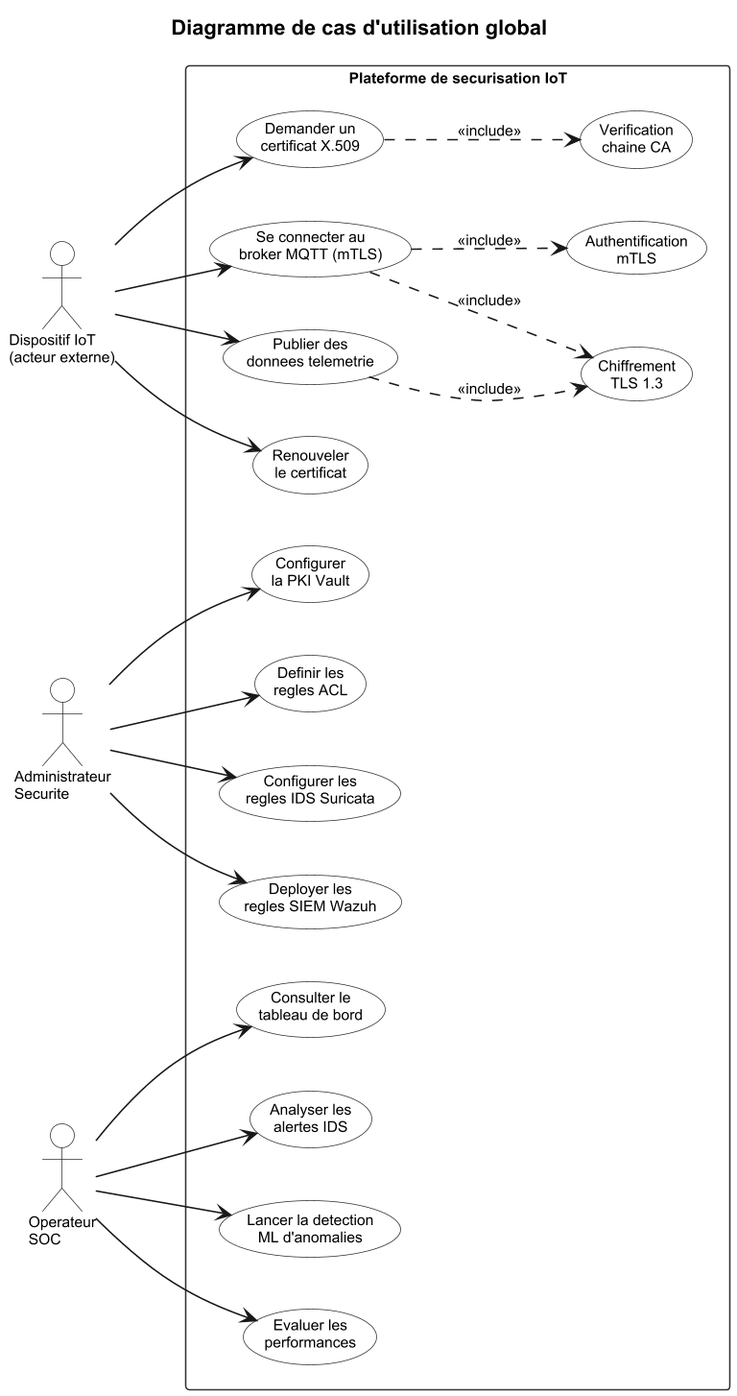
AmineGhannouchi/PFE-IoT-Security-TT keeps this PlantUML diagram as documentation/rapport4/diagrams/diag-uc-global.png. Above is the earlier version.
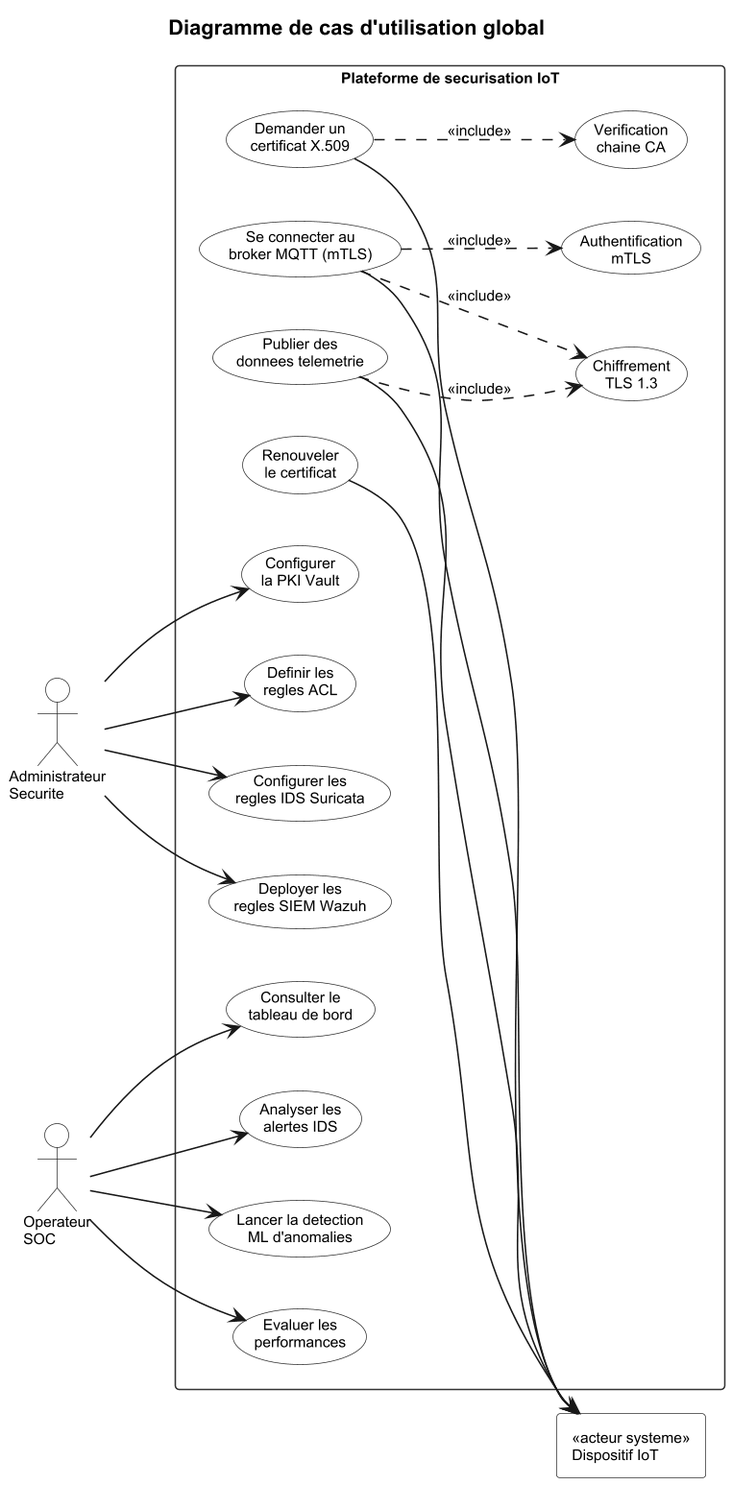
Above is the later version.

Commit message:
refactor: Update bibliography by removing outdated entries; enhance clarity in use case diagram and improve actor descriptions

The edit, as a diff of the source:
```diff
@@ -1,5 +1,4 @@
 @startuml diag-uc-global
-skinparamlocked dpi 150
 
 skinparam backgroundColor #FFFFFF
 skinparam defaultFontName Arial
@@ -26,7 +25,6 @@
 left to right direction
 
 
-actor "Dispositif IoT\n(acteur externe)" as DEV
 actor "Administrateur\nSecurite" as ADMIN
 actor "Operateur\nSOC" as SOC
 
@@ -54,16 +52,7 @@
 }
 
 
-DEV --> UC1
-DEV --> UC2
-DEV --> UC3
-DEV --> UC4
-
-
-UC1 ..> UC_VERIF : <<include>>
-UC2 ..> UC_AUTH  : <<include>>
-UC2 ..> UC_TLS   : <<include>>
-UC3 ..> UC_TLS   : <<include>>
+rectangle "<<acteur systeme>>\nDispositif IoT" as DEV
 
 
 ADMIN --> UC5
@@ -77,4 +66,16 @@
 SOC --> UC11
 SOC --> UC12
 
+
+UC1 --> DEV
+UC2 --> DEV
+UC3 --> DEV
+UC4 --> DEV
+
+
+UC1 ..> UC_VERIF : <<include>>
+UC2 ..> UC_AUTH  : <<include>>
+UC2 ..> UC_TLS   : <<include>>
+UC3 ..> UC_TLS   : <<include>>
+
 @enduml
```
